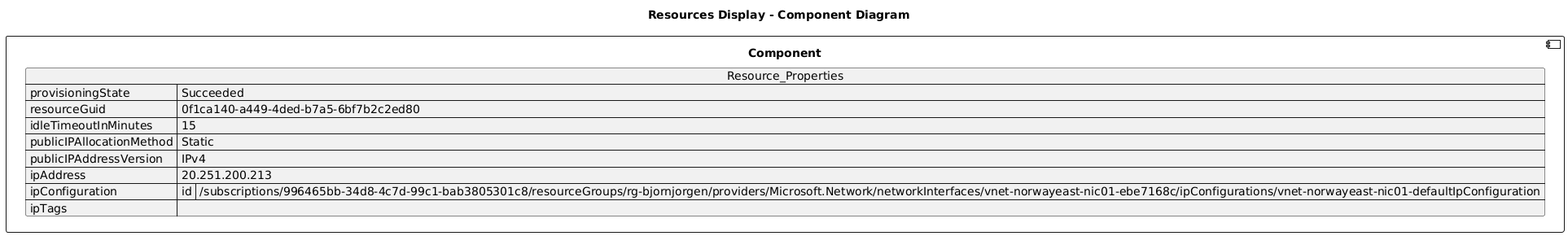
This is diagrams/publicIp-vnet-norwayeast-nic01-ebe7168c.png from DanielAmpong/Test-Azure-architecture-diagram, a PlantUML export, as it was before one commit. Its diagram source:
```plantuml
@startuml

title Resources Display - Component Diagram

component Component {

json  Resource_Properties {
  "provisioningState": "Succeeded",
  "resourceGuid": "0f1ca140-a449-4ded-b7a5-6bf7b2c2ed80",
  "idleTimeoutInMinutes": 15,
  "publicIPAllocationMethod": "Static",
  "publicIPAddressVersion": "IPv4",
  "ipAddress": "20.251.200.213",
  "ipConfiguration": {
    "id": "/subscriptions/996465bb-34d8-4c7d-99c1-bab3805301c8/resourceGroups/rg-bjornjorgen/providers/Microsoft.Network/networkInterfaces/vnet-norwayeast-nic01-ebe7168c/ipConfigurations/vnet-norwayeast-nic01-defaultIpConfiguration"
  },
  "ipTags": []
}
}
@enduml
```
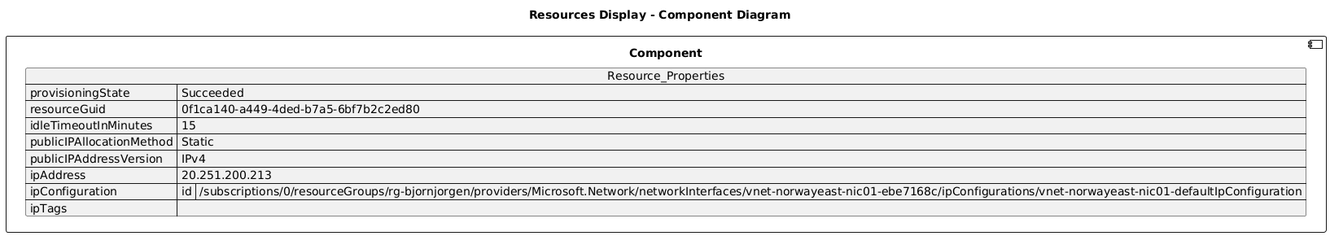
Above is the later version.

Change to the diagram source:
```diff
@@ -12,7 +12,7 @@
   "publicIPAddressVersion": "IPv4",
   "ipAddress": "20.251.200.213",
   "ipConfiguration": {
-    "id": "/subscriptions/996465bb-34d8-4c7d-99c1-bab3805301c8/resourceGroups/rg-bjornjorgen/providers/Microsoft.Network/networkInterfaces/vnet-norwayeast-nic01-ebe7168c/ipConfigurations/vnet-norwayeast-nic01-defaultIpConfiguration"
+    "id": "/subscriptions/0/resourceGroups/rg-bjornjorgen/providers/Microsoft.Network/networkInterfaces/vnet-norwayeast-nic01-ebe7168c/ipConfigurations/vnet-norwayeast-nic01-defaultIpConfiguration"
   },
   "ipTags": []
 }
```
